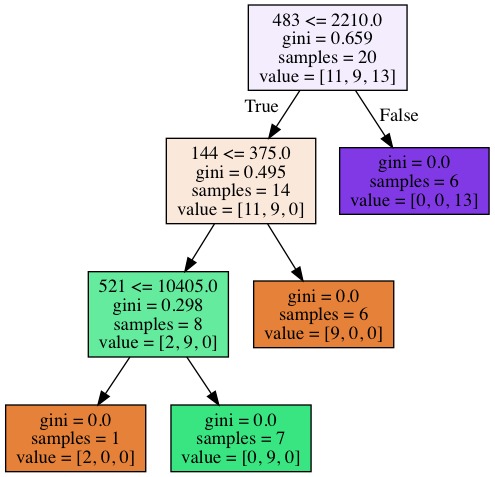
Before: analysis/ec2/1_outputs/rf_trees/tree_3.png, a diagram exported from Graphviz (swkang73/ecig). Its source is kept beside it as analysis/ec2/1_outputs/rf_trees/tree_3.dot. Its diagram source:
```dot
digraph Tree {
node [shape=box, style="filled", color="black"] ;
0 [label="483 <= 2210.0\ngini = 0.659\nsamples = 20\nvalue = [11, 9, 13]", fillcolor="#8139e517"] ;
1 [label="144 <= 375.0\ngini = 0.495\nsamples = 14\nvalue = [11, 9, 0]", fillcolor="#e581392e"] ;
0 -> 1 [labeldistance=2.5, labelangle=45, headlabel="True"] ;
2 [label="521 <= 10405.0\ngini = 0.298\nsamples = 8\nvalue = [2, 9, 0]", fillcolor="#39e581c6"] ;
1 -> 2 ;
3 [label="gini = 0.0\nsamples = 1\nvalue = [2, 0, 0]", fillcolor="#e58139ff"] ;
2 -> 3 ;
4 [label="gini = 0.0\nsamples = 7\nvalue = [0, 9, 0]", fillcolor="#39e581ff"] ;
2 -> 4 ;
5 [label="gini = 0.0\nsamples = 6\nvalue = [9, 0, 0]", fillcolor="#e58139ff"] ;
1 -> 5 ;
6 [label="gini = 0.0\nsamples = 6\nvalue = [0, 0, 13]", fillcolor="#8139e5ff"] ;
0 -> 6 [labeldistance=2.5, labelangle=-45, headlabel="False"] ;
}
```
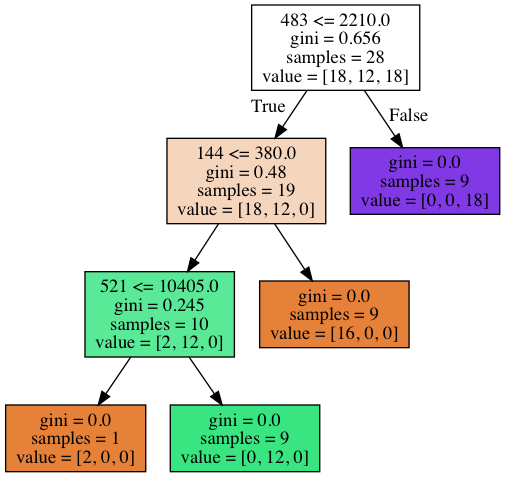
After the change.

Change to the diagram source:
```diff
@@ -1,16 +1,16 @@
 digraph Tree {
 node [shape=box, style="filled", color="black"] ;
-0 [label="483 <= 2210.0\ngini = 0.659\nsamples = 20\nvalue = [11, 9, 13]", fillcolor="#8139e517"] ;
-1 [label="144 <= 375.0\ngini = 0.495\nsamples = 14\nvalue = [11, 9, 0]", fillcolor="#e581392e"] ;
+0 [label="483 <= 2210.0\ngini = 0.656\nsamples = 28\nvalue = [18, 12, 18]", fillcolor="#e5813900"] ;
+1 [label="144 <= 380.0\ngini = 0.48\nsamples = 19\nvalue = [18, 12, 0]", fillcolor="#e5813955"] ;
 0 -> 1 [labeldistance=2.5, labelangle=45, headlabel="True"] ;
-2 [label="521 <= 10405.0\ngini = 0.298\nsamples = 8\nvalue = [2, 9, 0]", fillcolor="#39e581c6"] ;
+2 [label="521 <= 10405.0\ngini = 0.245\nsamples = 10\nvalue = [2, 12, 0]", fillcolor="#39e581d4"] ;
 1 -> 2 ;
 3 [label="gini = 0.0\nsamples = 1\nvalue = [2, 0, 0]", fillcolor="#e58139ff"] ;
 2 -> 3 ;
-4 [label="gini = 0.0\nsamples = 7\nvalue = [0, 9, 0]", fillcolor="#39e581ff"] ;
+4 [label="gini = 0.0\nsamples = 9\nvalue = [0, 12, 0]", fillcolor="#39e581ff"] ;
 2 -> 4 ;
-5 [label="gini = 0.0\nsamples = 6\nvalue = [9, 0, 0]", fillcolor="#e58139ff"] ;
+5 [label="gini = 0.0\nsamples = 9\nvalue = [16, 0, 0]", fillcolor="#e58139ff"] ;
 1 -> 5 ;
-6 [label="gini = 0.0\nsamples = 6\nvalue = [0, 0, 13]", fillcolor="#8139e5ff"] ;
+6 [label="gini = 0.0\nsamples = 9\nvalue = [0, 0, 18]", fillcolor="#8139e5ff"] ;
 0 -> 6 [labeldistance=2.5, labelangle=-45, headlabel="False"] ;
 }
```
